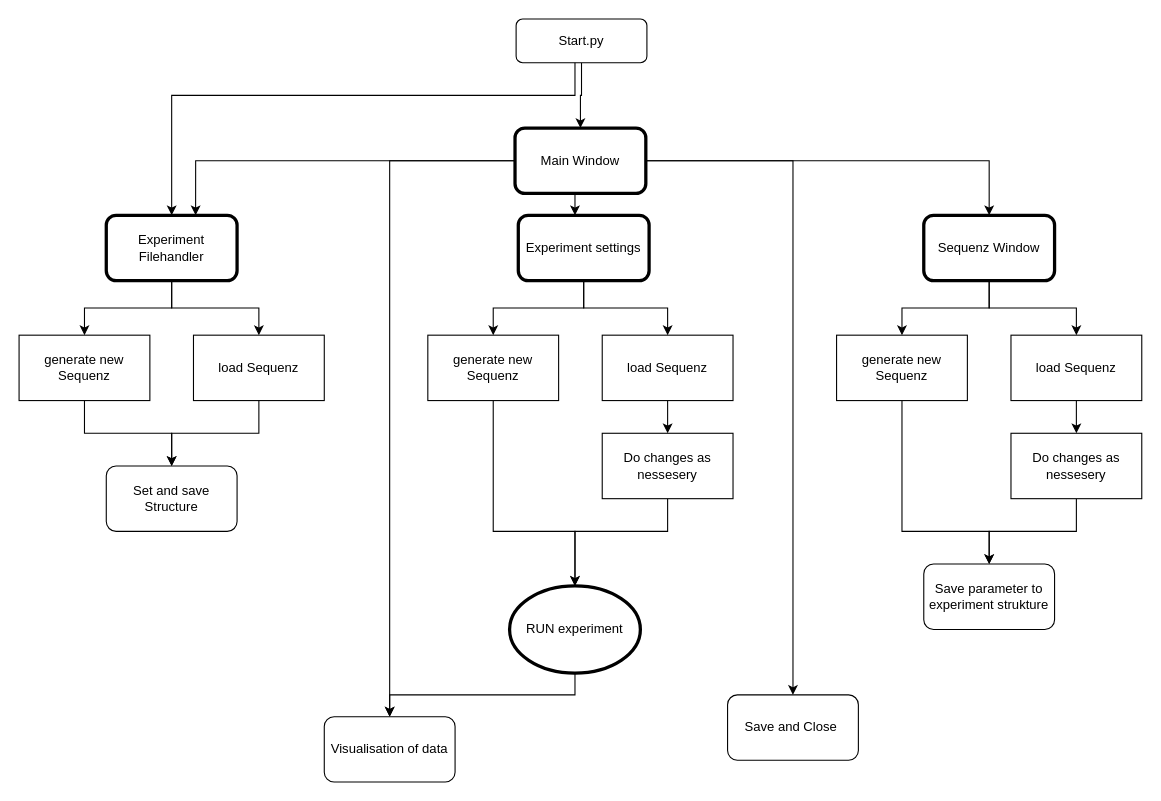
OE9NAT/LimeNQR keeps this draw.io diagram as images/Untitled Diagram.drawio.xml. Above is the earlier version. Source tidied: cells renumbered, new cells numbered last; positions are measured from the earlier drawing's top-left corner, leaving out a move shared by most shapes. Both pictures are drawn from the tidied source at 109%, with x=0, y=0 at pixel (19, 19).
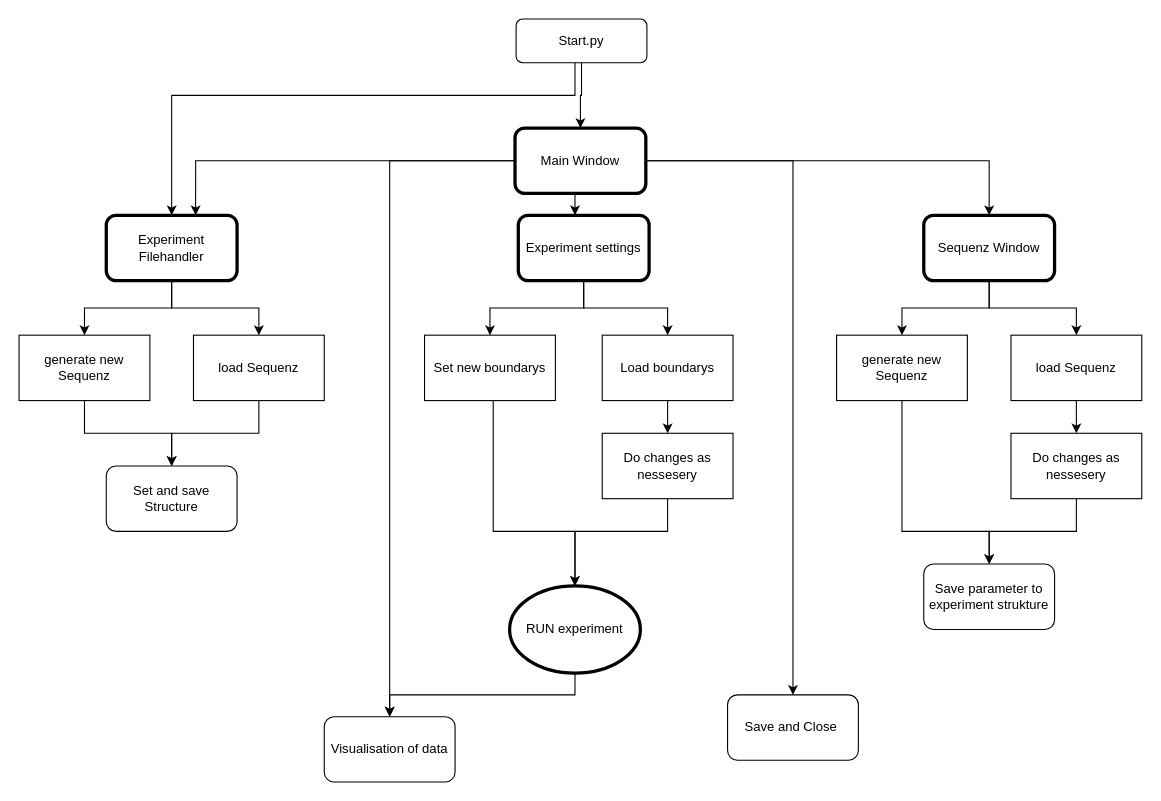
After the change.

Change to the diagram source:
```diff
@@
-    <mxCell id="35" value="generate new Sequenz" style="rounded=0;whiteSpace=wrap;html=1;" parent="1" vertex="1">
-      <mxGeometry x="375" y="290" width="120" height="60" as="geometry" />
+    <mxCell id="35" value="Set new boundarys" style="rounded=0;whiteSpace=wrap;html=1;" parent="1" vertex="1">
+      <mxGeometry x="372" y="290" width="120" height="60" as="geometry" />
     </mxCell>
@@
-    <mxCell id="37" value="load Sequenz" style="rounded=0;whiteSpace=wrap;html=1;" parent="1" vertex="1">
+    <mxCell id="37" value="Load boundarys" style="rounded=0;whiteSpace=wrap;html=1;" parent="1" vertex="1">
       <mxGeometry x="535" y="290" width="120" height="60" as="geometry" />
     </mxCell>
```
